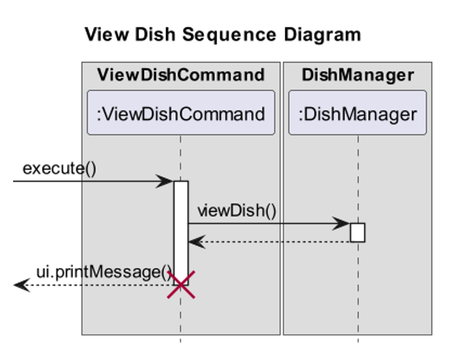
Before: docs/uml/images/ViewDishCommandSequenceDiagram.png, a diagram exported from PlantUML (nus-cs2113-AY2223S2/tp). Its source is kept beside it as docs/uml/ViewDishCommandSequenceDiagram.puml.
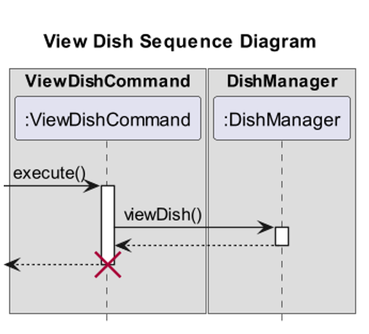
The same file after the commit.

Commit message:
Update Dish Sequence diagrams in DG

Change to the diagram source:
```diff
@@ -15,7 +15,7 @@
 ViewDishCommand -> DishManager ++ : viewDish()
 ViewDishCommand <-- DishManager
 deactivate
-<-- ViewDishCommand: ui.printMessage()
+<-- ViewDishCommand:
 
 |||
 destroy ViewDishCommand
```
